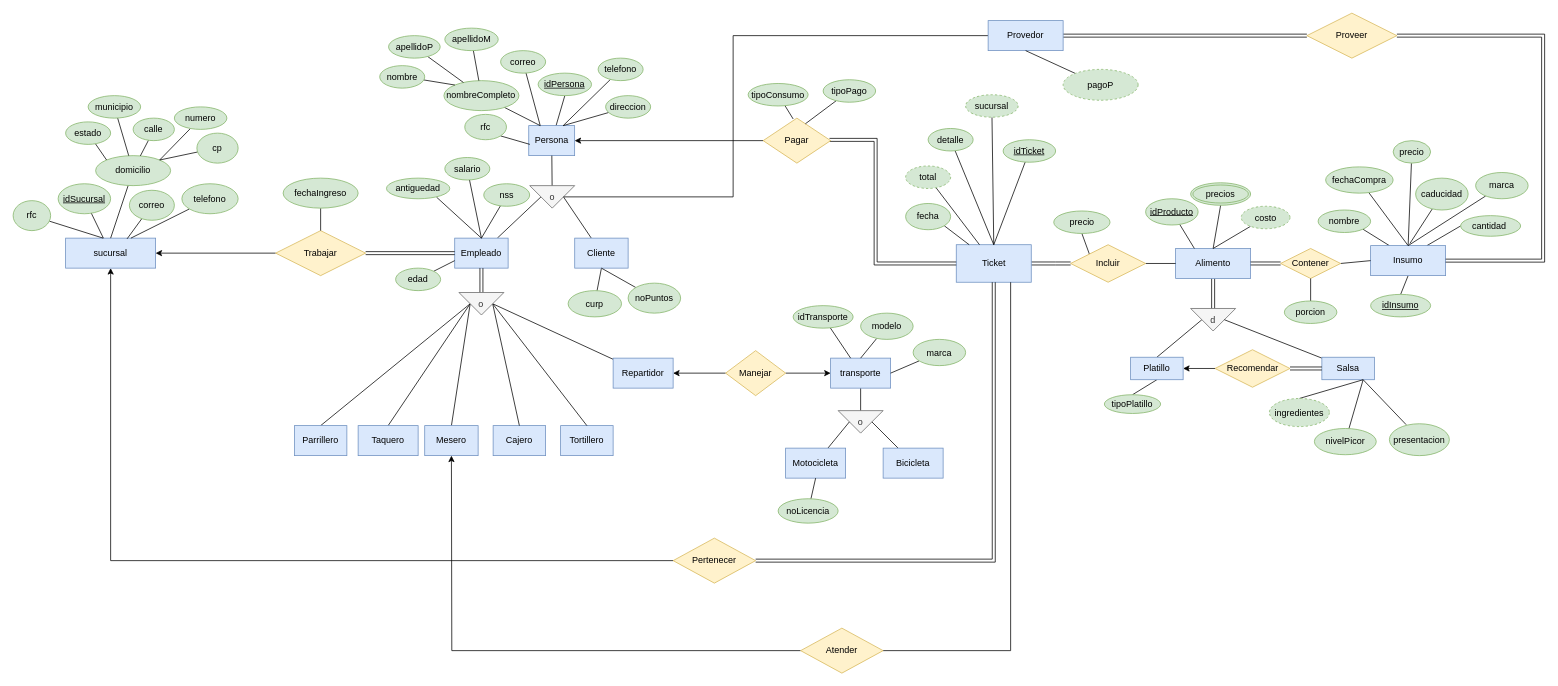
Above: TacoRiendo2.drawio in FBD-Alfa/taco-riendo (draw.io), before the change. Source tidied: cells renumbered, new cells numbered last; positions are measured from the earlier drawing's top-left corner, leaving out a move shared by most shapes. Both pictures are drawn from the tidied source at 75%, with x=0, y=0 at pixel (13, 13).
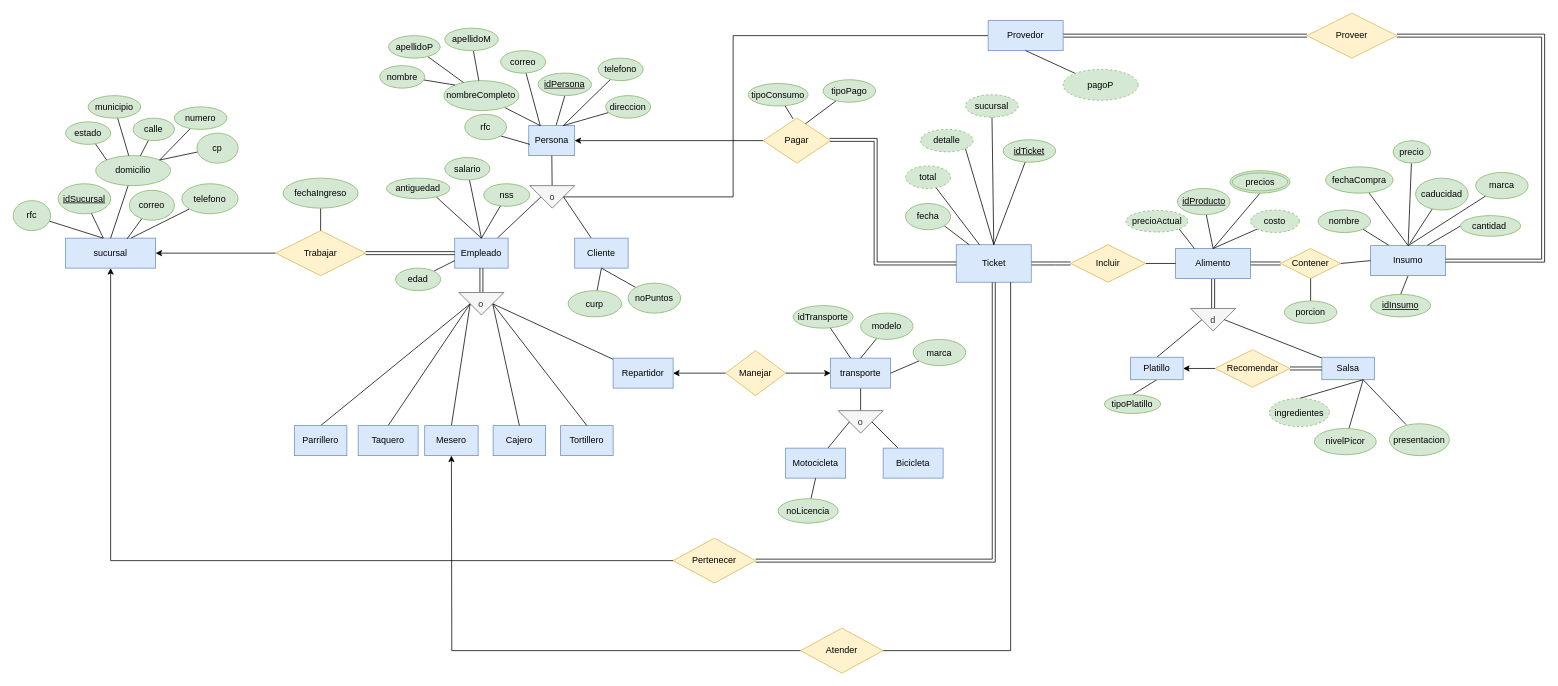
The same page after the edit.

Commit message:
Ya no sé qué cambié

The change refers to these unchanged cells:
```xml
<mxCell id="3" value="Alimento" style="whiteSpace=wrap;html=1;align=center;fillColor=#dae8fc;strokeColor=#6c8ebf;" parent="1" vertex="1">
  <mxGeometry x="1550" y="313.8" width="100" height="40" as="geometry" />
</mxCell>
<mxCell id="31" value="Incluir" style="shape=rhombus;perimeter=rhombusPerimeter;whiteSpace=wrap;html=1;align=center;fillColor=#fff2cc;strokeColor=#d6b656;" parent="1" vertex="1">
  <mxGeometry x="1410" y="308.8" width="100" height="50" as="geometry" />
</mxCell>
<mxCell id="112" value="Ticket" style="whiteSpace=wrap;html=1;align=center;fillColor=#dae8fc;strokeColor=#6c8ebf;" parent="1" vertex="1">
  <mxGeometry x="1257.5" y="308.8" width="100" height="50" as="geometry" />
</mxCell>
```

Change to the diagram source:
```diff
@@
     <mxCell id="20" value="costo" style="ellipse;whiteSpace=wrap;html=1;align=center;dashed=1;fillColor=#d5e8d4;strokeColor=#82b366;" parent="1" vertex="1">
-      <mxGeometry x="1637.5" y="257.5" width="65" height="30" as="geometry" />
+      <mxGeometry x="1650" y="262.5" width="65" height="30" as="geometry" />
     </mxCell>
-    <mxCell id="21" style="edgeStyle=none;rounded=0;jettySize=auto;html=1;endArrow=none;endFill=0;entryX=0.25;entryY=0;entryDx=0;entryDy=0;" parent="1" edge="1" source="22" target="3">
+    <mxCell id="21" style="edgeStyle=none;rounded=0;jettySize=auto;html=1;endArrow=none;endFill=0;entryX=0.5;entryY=0;entryDx=0;entryDy=0;" parent="1" edge="1" source="22" target="3">
       <mxGeometry relative="1" as="geometry" />
     </mxCell>
     <mxCell id="22" value="idProducto" style="ellipse;whiteSpace=wrap;html=1;align=center;fontStyle=4;fillColor=#d5e8d4;strokeColor=#82b366;" parent="1" vertex="1">
-      <mxGeometry x="1510" y="247.5" width="70" height="35" as="geometry" />
+      <mxGeometry x="1552.5" y="233.8" width="70" height="35" as="geometry" />
     </mxCell>
@@
-    <mxCell id="30" style="edgeStyle=none;rounded=0;jettySize=auto;html=1;exitX=0;exitY=0;exitDx=0;exitDy=0;entryX=0.5;entryY=1;entryDx=0;entryDy=0;endArrow=none;endFill=0;" parent="1" edge="1" source="31" target="32">
+    <mxCell id="30" style="edgeStyle=none;rounded=0;jettySize=auto;html=1;exitX=0.25;exitY=0;exitDx=0;exitDy=0;endArrow=none;endFill=0;entryX=1;entryY=1;entryDx=0;entryDy=0;" parent="1" edge="1" source="3" target="178">
       <mxGeometry relative="1" as="geometry" />
     </mxCell>
@@
-    <mxCell id="32" value="precio" style="ellipse;whiteSpace=wrap;html=1;align=center;fillColor=#d5e8d4;strokeColor=#82b366;" parent="1" vertex="1">
-      <mxGeometry x="1387.5" y="263.8" width="75" height="30" as="geometry" />
-    </mxCell>
@@
-    <mxCell id="124" style="edgeStyle=none;rounded=0;jettySize=auto;html=1;entryX=0.5;entryY=0;entryDx=0;entryDy=0;endArrow=none;endFill=0;" parent="1" edge="1" source="125" target="112">
+    <mxCell id="124" style="edgeStyle=none;rounded=0;jettySize=auto;html=1;entryX=0.5;entryY=0;entryDx=0;entryDy=0;endArrow=none;endFill=0;exitX=1;exitY=1;exitDx=0;exitDy=0;" parent="1" edge="1" source="125" target="112">
       <mxGeometry relative="1" as="geometry" />
     </mxCell>
-    <mxCell id="125" value="detalle" style="ellipse;whiteSpace=wrap;html=1;align=center;fillColor=#d5e8d4;strokeColor=#82b366;" parent="1" vertex="1">
-      <mxGeometry x="1220" y="153.8" width="60" height="30" as="geometry" />
-    </mxCell>
@@
     <mxCell id="176" value="precios" style="ellipse;shape=doubleEllipse;margin=3;whiteSpace=wrap;html=1;align=center;fillColor=#d5e8d4;strokeColor=#82b366;" parent="1" vertex="1">
-      <mxGeometry x="1570" y="226.2" width="80" height="30" as="geometry" />
+      <mxGeometry x="1622.5" y="210" width="80" height="30" as="geometry" />
     </mxCell>
@@
+    <mxCell id="125" value="detalle" style="ellipse;whiteSpace=wrap;html=1;align=center;dashed=1;fillColor=#d5e8d4;strokeColor=#82b366;" parent="1" vertex="1">
+      <mxGeometry x="1210" y="155" width="70" height="30" as="geometry" />
+    </mxCell>
+    <mxCell id="178" value="precioActual" style="ellipse;whiteSpace=wrap;html=1;align=center;dashed=1;fillColor=#d5e8d4;strokeColor=#82b366;" parent="1" vertex="1">
+      <mxGeometry x="1483.8" y="263.1" width="82.5" height="28.8" as="geometry" />
+    </mxCell>
```
